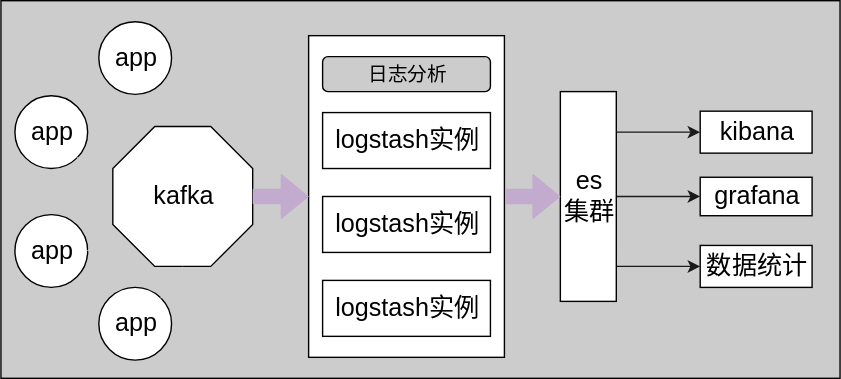
yunsonbai/yunsonbai.github.io keeps this draw.io diagram as images/log_collect.svg. Above is the earlier version. Source tidied: cells renumbered, new cells last; positions are measured from the earlier drawing's top-left corner, leaving out a move shared by most shapes. The source it was exported from:
```xml
<mxGraphModel>
  <root>
    <mxCell id="0" />
    <mxCell id="1" parent="0" />
    <mxCell id="2" style="rounded=0;whiteSpace=wrap;html=1;fillColor=#CCCCCC;" parent="1" vertex="1">
      <mxGeometry width="600" height="270" as="geometry" />
    </mxCell>
    <mxCell id="3" style="rounded=0;whiteSpace=wrap;html=1;" parent="1" vertex="1">
      <mxGeometry x="220" y="25" width="140" height="230" as="geometry" />
    </mxCell>
    <mxCell id="4" value="&lt;span style=&quot;font-size: 18px&quot;&gt;logstash实例&lt;/span&gt;" style="rounded=0;whiteSpace=wrap;html=1;" parent="1" vertex="1">
      <mxGeometry x="230" y="80" width="120" height="40" as="geometry" />
    </mxCell>
    <mxCell id="5" value="&lt;span style=&quot;font-size: 18px&quot;&gt;logstash实例&lt;/span&gt;" style="rounded=0;whiteSpace=wrap;html=1;" parent="1" vertex="1">
      <mxGeometry x="230" y="140" width="120" height="40" as="geometry" />
    </mxCell>
    <mxCell id="6" value="&lt;span style=&quot;font-size: 18px&quot;&gt;logstash实例&lt;/span&gt;" style="rounded=0;whiteSpace=wrap;html=1;" parent="1" vertex="1">
      <mxGeometry x="230" y="200" width="120" height="40" as="geometry" />
    </mxCell>
    <mxCell id="7" style="edgeStyle=orthogonalEdgeStyle;rounded=0;jettySize=auto;html=1;exitX=1;exitY=0.25;exitDx=0;exitDy=0;entryX=0;entryY=0.5;entryDx=0;entryDy=0;strokeColor=#1A1A1A;fillColor=#C3ABD0;" parent="1" edge="1" source="10" target="11">
      <mxGeometry relative="1" as="geometry">
        <Array as="points">
          <mxPoint x="440" y="94" />
        </Array>
      </mxGeometry>
    </mxCell>
    <mxCell id="8" style="edgeStyle=orthogonalEdgeStyle;rounded=0;jettySize=auto;html=1;exitX=1;exitY=0.5;exitDx=0;exitDy=0;entryX=0;entryY=0.5;entryDx=0;entryDy=0;strokeColor=#1A1A1A;fillColor=#C3ABD0;" parent="1" edge="1" source="10" target="12">
      <mxGeometry relative="1" as="geometry" />
    </mxCell>
    <mxCell id="9" style="edgeStyle=orthogonalEdgeStyle;rounded=0;jettySize=auto;html=1;exitX=1;exitY=0.75;exitDx=0;exitDy=0;entryX=0;entryY=0.5;entryDx=0;entryDy=0;strokeColor=#1A1A1A;fillColor=#C3ABD0;" parent="1" edge="1" source="10" target="13">
      <mxGeometry relative="1" as="geometry">
        <Array as="points">
          <mxPoint x="440" y="190" />
        </Array>
      </mxGeometry>
    </mxCell>
    <mxCell id="10" value="&lt;span style=&quot;font-size: 18px&quot;&gt;es&lt;br&gt;集群&lt;/span&gt;" style="rounded=0;whiteSpace=wrap;html=1;" parent="1" vertex="1">
      <mxGeometry x="400" y="65" width="40" height="150" as="geometry" />
    </mxCell>
    <mxCell id="11" value="&lt;span style=&quot;font-size: 18px&quot;&gt;kibana&lt;/span&gt;" style="rounded=0;whiteSpace=wrap;html=1;" parent="1" vertex="1">
      <mxGeometry x="500" y="79" width="80" height="30" as="geometry" />
    </mxCell>
    <mxCell id="12" value="&lt;span style=&quot;font-size: 18px&quot;&gt;grafana&lt;/span&gt;" style="rounded=0;whiteSpace=wrap;html=1;" parent="1" vertex="1">
      <mxGeometry x="500" y="126.2" width="80" height="27.5" as="geometry" />
    </mxCell>
    <mxCell id="13" value="&lt;span style=&quot;font-size: 18px&quot;&gt;数据统计&lt;/span&gt;" style="rounded=0;whiteSpace=wrap;html=1;" parent="1" vertex="1">
      <mxGeometry x="500" y="175" width="80" height="30" as="geometry" />
    </mxCell>
    <mxCell id="14" value="&lt;font style=&quot;font-size: 14px&quot;&gt;日志分析&lt;/font&gt;" style="rounded=1;whiteSpace=wrap;html=1;fillColor=#CCCCCC;" parent="1" vertex="1">
      <mxGeometry x="230" y="40" width="120" height="25" as="geometry" />
    </mxCell>
    <mxCell id="15" value="&lt;font style=&quot;font-size: 18px&quot;&gt;kafka&lt;/font&gt;" style="whiteSpace=wrap;html=1;shape=mxgraph.basic.octagon2;align=center;verticalAlign=middle;dx=15;" parent="1" vertex="1">
      <mxGeometry x="80" y="90" width="100" height="100" as="geometry" />
    </mxCell>
    <mxCell id="16" value="&lt;font style=&quot;font-size: 18px&quot;&gt;app&lt;/font&gt;" style="ellipse;whiteSpace=wrap;html=1;" parent="1" vertex="1">
      <mxGeometry x="70" y="15" width="52" height="52" as="geometry" />
    </mxCell>
    <mxCell id="17" value="&lt;font style=&quot;font-size: 18px&quot;&gt;app&lt;/font&gt;" style="ellipse;whiteSpace=wrap;html=1;" parent="1" vertex="1">
      <mxGeometry x="10" y="68" width="52" height="52" as="geometry" />
    </mxCell>
    <mxCell id="18" value="&lt;font style=&quot;font-size: 18px&quot;&gt;app&lt;/font&gt;" style="ellipse;whiteSpace=wrap;html=1;" parent="1" vertex="1">
      <mxGeometry x="70" y="205" width="52" height="52" as="geometry" />
    </mxCell>
    <mxCell id="19" value="&lt;font style=&quot;font-size: 18px&quot;&gt;app&lt;/font&gt;" style="ellipse;whiteSpace=wrap;html=1;" parent="1" vertex="1">
      <mxGeometry x="10" y="153" width="52" height="52" as="geometry" />
    </mxCell>
    <mxCell id="20" style="endArrow=classic;html=1;entryX=0.35;entryY=-0.03;entryDx=0;entryDy=0;entryPerimeter=0;exitX=0.731;exitY=0.981;exitDx=0;exitDy=0;exitPerimeter=0;strokeColor=#CCCCCC;" parent="1" edge="1" source="16" target="15">
      <mxGeometry relative="1" as="geometry" />
    </mxCell>
    <mxCell id="21" style="endArrow=classic;html=1;strokeColor=#CCCCCC;entryX=-0.01;entryY=0.31;entryDx=0;entryDy=0;entryPerimeter=0;exitX=1;exitY=1;exitDx=0;exitDy=0;" parent="1" edge="1" source="17" target="15">
      <mxGeometry relative="1" as="geometry" />
    </mxCell>
    <mxCell id="22" style="endArrow=classic;html=1;strokeColor=#CCCCCC;entryX=-0.01;entryY=0.71;entryDx=0;entryDy=0;entryPerimeter=0;exitX=1;exitY=0.5;exitDx=0;exitDy=0;" parent="1" edge="1" source="19" target="15">
      <mxGeometry relative="1" as="geometry" />
    </mxCell>
    <mxCell id="23" style="endArrow=classic;html=1;strokeColor=#CCCCCC;entryX=0.5;entryY=1;entryDx=0;entryDy=0;entryPerimeter=0;exitX=1;exitY=0;exitDx=0;exitDy=0;" parent="1" edge="1" source="18" target="15">
      <mxGeometry relative="1" as="geometry" />
    </mxCell>
    <mxCell id="24" style="endArrow=classic;html=1;strokeColor=#C3ABD0;exitX=1;exitY=0.5;exitDx=0;exitDy=0;exitPerimeter=0;shape=flexArrow;fillColor=#C3ABD0;" parent="1" edge="1" source="15">
      <mxGeometry relative="1" as="geometry">
        <mxPoint x="220" y="140" as="targetPoint" />
      </mxGeometry>
    </mxCell>
    <mxCell id="25" style="endArrow=classic;html=1;strokeColor=#C3ABD0;fillColor=#C3ABD0;entryX=0;entryY=0.5;entryDx=0;entryDy=0;shape=flexArrow;" parent="1" edge="1" target="10">
      <mxGeometry relative="1" as="geometry">
        <mxPoint x="361" y="140" as="sourcePoint" />
      </mxGeometry>
    </mxCell>
    <mxCell id="26" style="edgeStyle=orthogonalEdgeStyle;shape=flexArrow;rounded=0;orthogonalLoop=1;jettySize=auto;html=1;exitX=0.5;exitY=1;exitDx=0;exitDy=0;strokeColor=#C3ABD0;fillColor=#C3ABD0;" parent="1" edge="1" source="11" target="11">
      <mxGeometry relative="1" as="geometry" />
    </mxCell>
  </root>
</mxGraphModel>
```
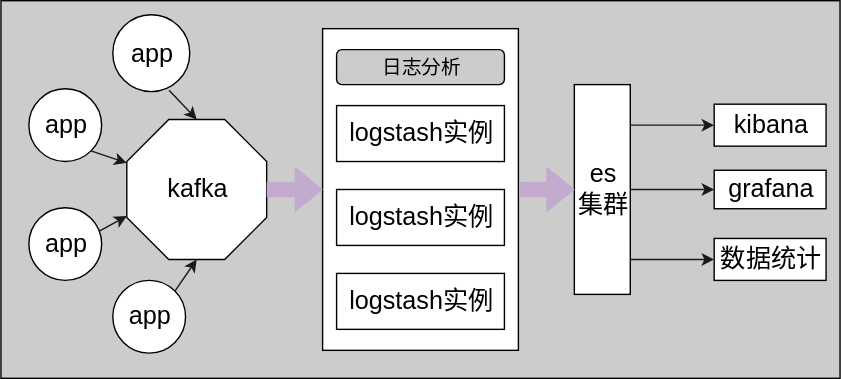
The same diagram one commit later.

The edit, as a diff of the source:
```diff
@@ -3,7 +3,7 @@
     <mxCell id="0" />
     <mxCell id="1" parent="0" />
     <mxCell id="2" style="rounded=0;whiteSpace=wrap;html=1;fillColor=#CCCCCC;" parent="1" vertex="1">
-      <mxGeometry width="600" height="270" as="geometry" />
+      <mxGeometry x="-10" y="5" width="600" height="270" as="geometry" />
     </mxCell>
     <mxCell id="3" style="rounded=0;whiteSpace=wrap;html=1;" parent="1" vertex="1">
       <mxGeometry x="220" y="25" width="140" height="230" as="geometry" />
@@ -53,7 +53,7 @@
       <mxGeometry x="80" y="90" width="100" height="100" as="geometry" />
     </mxCell>
     <mxCell id="16" value="&lt;font style=&quot;font-size: 18px&quot;&gt;app&lt;/font&gt;" style="ellipse;whiteSpace=wrap;html=1;" parent="1" vertex="1">
-      <mxGeometry x="70" y="15" width="52" height="52" as="geometry" />
+      <mxGeometry x="70" y="15" width="55" height="55" as="geometry" />
     </mxCell>
     <mxCell id="17" value="&lt;font style=&quot;font-size: 18px&quot;&gt;app&lt;/font&gt;" style="ellipse;whiteSpace=wrap;html=1;" parent="1" vertex="1">
       <mxGeometry x="10" y="68" width="52" height="52" as="geometry" />
@@ -64,18 +64,9 @@
     <mxCell id="19" value="&lt;font style=&quot;font-size: 18px&quot;&gt;app&lt;/font&gt;" style="ellipse;whiteSpace=wrap;html=1;" parent="1" vertex="1">
       <mxGeometry x="10" y="153" width="52" height="52" as="geometry" />
     </mxCell>
-    <mxCell id="20" style="endArrow=classic;html=1;entryX=0.35;entryY=-0.03;entryDx=0;entryDy=0;entryPerimeter=0;exitX=0.731;exitY=0.981;exitDx=0;exitDy=0;exitPerimeter=0;strokeColor=#CCCCCC;" parent="1" edge="1" source="16" target="15">
+    <mxCell id="20" style="endArrow=classic;html=1;entryX=0.5;entryY=0;entryDx=0;entryDy=0;entryPerimeter=0;exitX=0.731;exitY=0.981;exitDx=0;exitDy=0;exitPerimeter=0;strokeColor=#1A1A1A;" parent="1" edge="1" source="16" target="15">
       <mxGeometry relative="1" as="geometry" />
     </mxCell>
-    <mxCell id="21" style="endArrow=classic;html=1;strokeColor=#CCCCCC;entryX=-0.01;entryY=0.31;entryDx=0;entryDy=0;entryPerimeter=0;exitX=1;exitY=1;exitDx=0;exitDy=0;" parent="1" edge="1" source="17" target="15">
-      <mxGeometry relative="1" as="geometry" />
-    </mxCell>
-    <mxCell id="22" style="endArrow=classic;html=1;strokeColor=#CCCCCC;entryX=-0.01;entryY=0.71;entryDx=0;entryDy=0;entryPerimeter=0;exitX=1;exitY=0.5;exitDx=0;exitDy=0;" parent="1" edge="1" source="19" target="15">
-      <mxGeometry relative="1" as="geometry" />
-    </mxCell>
-    <mxCell id="23" style="endArrow=classic;html=1;strokeColor=#CCCCCC;entryX=0.5;entryY=1;entryDx=0;entryDy=0;entryPerimeter=0;exitX=1;exitY=0;exitDx=0;exitDy=0;" parent="1" edge="1" source="18" target="15">
-      <mxGeometry relative="1" as="geometry" />
-    </mxCell>
     <mxCell id="24" style="endArrow=classic;html=1;strokeColor=#C3ABD0;exitX=1;exitY=0.5;exitDx=0;exitDy=0;exitPerimeter=0;shape=flexArrow;fillColor=#C3ABD0;" parent="1" edge="1" source="15">
       <mxGeometry relative="1" as="geometry">
         <mxPoint x="220" y="140" as="targetPoint" />
@@ -89,5 +80,16 @@
     <mxCell id="26" style="edgeStyle=orthogonalEdgeStyle;shape=flexArrow;rounded=0;orthogonalLoop=1;jettySize=auto;html=1;exitX=0.5;exitY=1;exitDx=0;exitDy=0;strokeColor=#C3ABD0;fillColor=#C3ABD0;" parent="1" edge="1" source="11" target="11">
       <mxGeometry relative="1" as="geometry" />
     </mxCell>
+    <mxCell id="21" style="endArrow=classic;html=1;strokeColor=#1A1A1A;entryX=0;entryY=0.31;entryDx=0;entryDy=0;entryPerimeter=0;exitX=1;exitY=1;exitDx=0;exitDy=0;" parent="1" edge="1" source="17" target="15">
+      <mxGeometry relative="1" as="geometry" />
+    </mxCell>
+    <mxCell id="27" style="endArrow=classic;html=1;strokeColor=#1A1A1A;entryX=0;entryY=0.69;entryDx=0;entryDy=0;entryPerimeter=0;" parent="1" edge="1" target="15">
+      <mxGeometry relative="1" as="geometry">
+        <mxPoint x="60" y="170" as="sourcePoint" />
+      </mxGeometry>
+    </mxCell>
+    <mxCell id="23" style="endArrow=classic;html=1;strokeColor=#1A1A1A;entryX=0.5;entryY=1;entryDx=0;entryDy=0;entryPerimeter=0;exitX=1;exitY=0;exitDx=0;exitDy=0;" parent="1" edge="1" source="18" target="15">
+      <mxGeometry relative="1" as="geometry" />
+    </mxCell>
   </root>
 </mxGraphModel>
```
